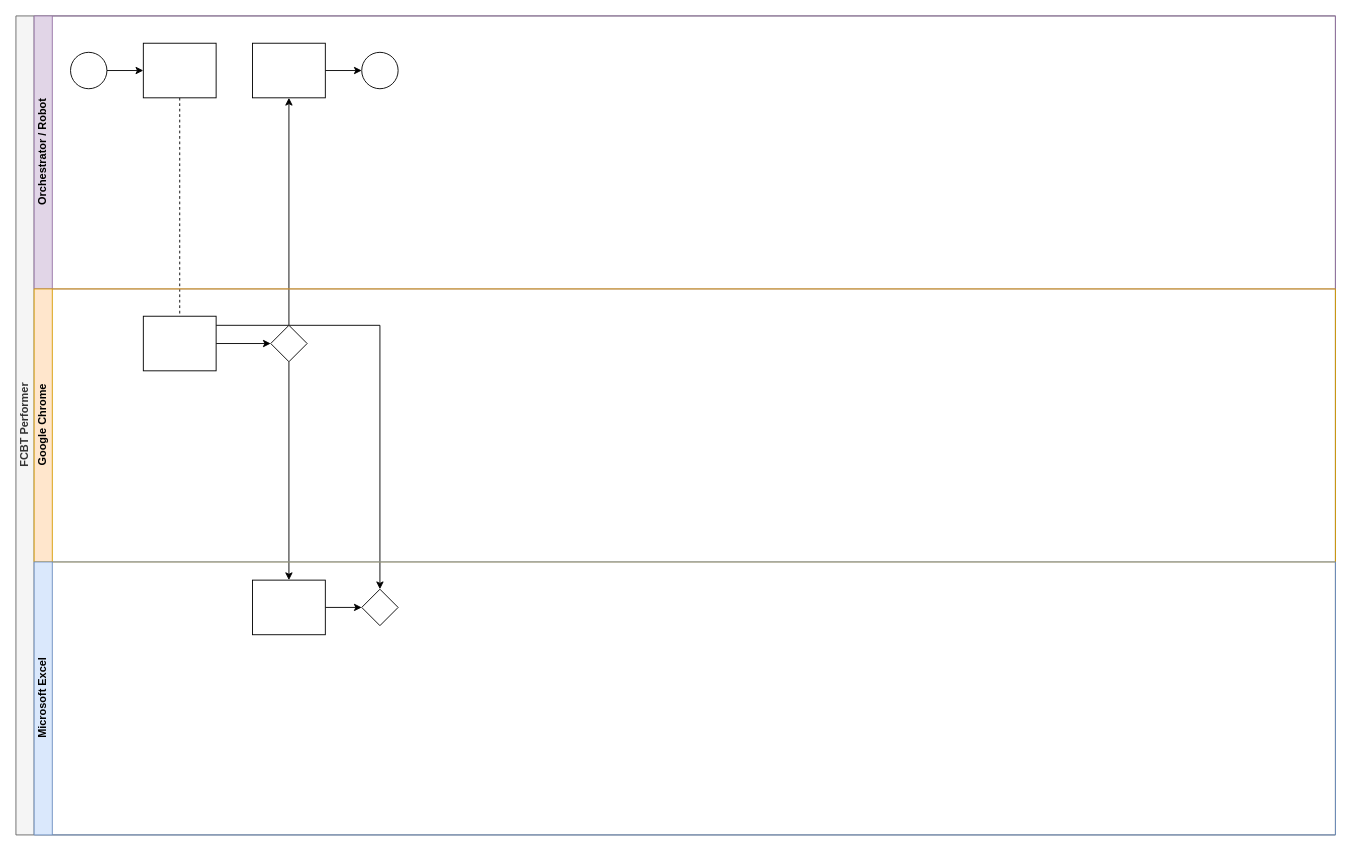
Above: FCBT Performer SDD.drawio in mattuptonFCTG/diagrams (draw.io), before the change. Source tidied: cells renumbered, new cells numbered last; positions are measured from the earlier drawing's top-left corner, leaving out a move shared by most shapes. Both pictures are drawn from the tidied source at 91%, with x=0, y=0 at pixel (15, 15).
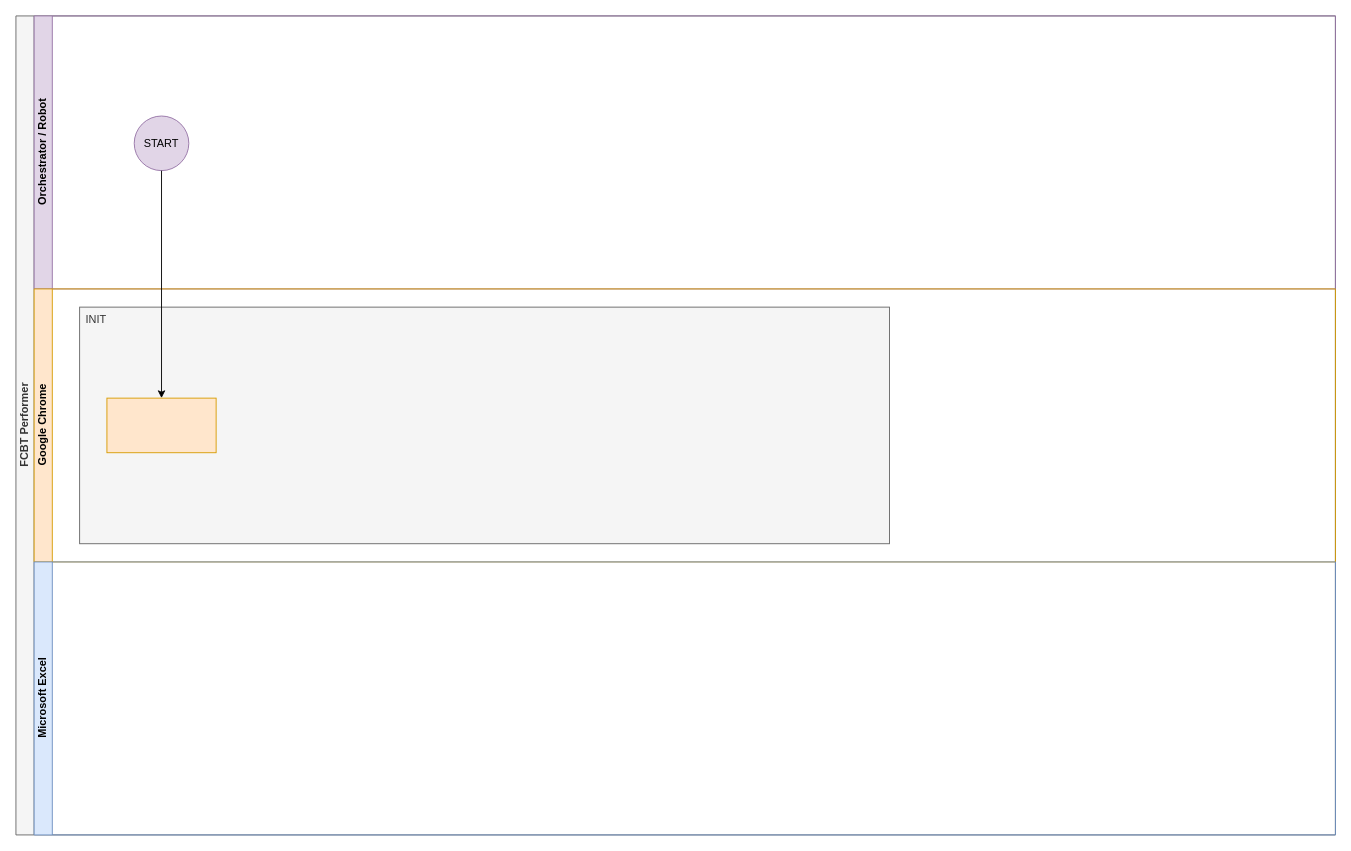
The same diagram, later.

The change refers to these unchanged cells:
```xml
<mxCell id="2" value="FCBT Performer" style="swimlane;html=1;horizontal=0;startSize=20;fillColor=#f5f5f5;strokeColor=#666666;fontColor=#333333;" parent="1" vertex="1">
  <mxGeometry width="1450" height="900" as="geometry" />
</mxCell>
<mxCell id="7" value="Orchestrator / Robot" style="swimlane;html=1;startSize=20;horizontal=0;fillColor=#e1d5e7;strokeColor=#9673a6;" parent="2" vertex="1">
  <mxGeometry x="20" width="1430" height="300" as="geometry" />
</mxCell>
<mxCell id="14" value="Google Chrome" style="swimlane;html=1;startSize=20;horizontal=0;fillColor=#ffe6cc;strokeColor=#d79b00;" parent="2" vertex="1">
  <mxGeometry x="20" y="300" width="1430" height="300" as="geometry" />
</mxCell>
<mxCell id="18" value="Microsoft Excel" style="swimlane;html=1;startSize=20;horizontal=0;fillColor=#dae8fc;strokeColor=#6c8ebf;" parent="2" vertex="1">
  <mxGeometry x="20" y="600" width="1430" height="300" as="geometry" />
</mxCell>
```

The edit, as a diff of the source:
```diff
@@
-    <mxCell id="3" style="edgeStyle=orthogonalEdgeStyle;rounded=0;jettySize=auto;html=1;dashed=1;endArrow=none;endFill=0;" parent="2" edge="1" source="10" target="16">
-      <mxGeometry relative="1" as="geometry" />
-    </mxCell>
-    <mxCell id="4" style="edgeStyle=orthogonalEdgeStyle;rounded=0;jettySize=auto;html=1;endArrow=classic;endFill=1;" parent="2" edge="1" source="17" target="12">
-      <mxGeometry relative="1" as="geometry" />
-    </mxCell>
-    <mxCell id="5" style="edgeStyle=orthogonalEdgeStyle;rounded=0;jettySize=auto;html=1;endArrow=classic;endFill=1;" parent="2" edge="1" source="17" target="20">
-      <mxGeometry relative="1" as="geometry" />
-    </mxCell>
-    <mxCell id="6" style="edgeStyle=orthogonalEdgeStyle;rounded=0;jettySize=auto;html=1;endArrow=classic;endFill=1;" parent="2" edge="1" source="16" target="21">
-      <mxGeometry relative="1" as="geometry">
-        <Array as="points">
-          <mxPoint x="180" y="340" />
-          <mxPoint x="400" y="340" />
-        </Array>
-      </mxGeometry>
-    </mxCell>
@@
-    <mxCell id="8" style="edgeStyle=orthogonalEdgeStyle;rounded=0;jettySize=auto;html=1;" parent="7" edge="1" source="9" target="10">
-      <mxGeometry relative="1" as="geometry" />
-    </mxCell>
-    <mxCell id="9" style="ellipse;whiteSpace=wrap;html=1;" parent="7" vertex="1">
-      <mxGeometry x="40" y="40" width="40" height="40" as="geometry" />
-    </mxCell>
-    <mxCell id="10" style="rounded=0;whiteSpace=wrap;html=1;fontFamily=Helvetica;fontSize=12;fontColor=#000000;align=center;" parent="7" vertex="1">
-      <mxGeometry x="120" y="30" width="80" height="60" as="geometry" />
-    </mxCell>
-    <mxCell id="11" style="edgeStyle=orthogonalEdgeStyle;rounded=0;jettySize=auto;html=1;endArrow=classic;endFill=1;" parent="7" edge="1" source="12" target="13">
-      <mxGeometry relative="1" as="geometry" />
-    </mxCell>
-    <mxCell id="12" style="rounded=0;whiteSpace=wrap;html=1;fontFamily=Helvetica;fontSize=12;fontColor=#000000;align=center;" parent="7" vertex="1">
-      <mxGeometry x="240" y="30" width="80" height="60" as="geometry" />
-    </mxCell>
-    <mxCell id="13" style="ellipse;whiteSpace=wrap;html=1;" parent="7" vertex="1">
-      <mxGeometry x="360" y="40" width="40" height="40" as="geometry" />
-    </mxCell>
+    <mxCell id="22" value="START" style="ellipse;whiteSpace=wrap;html=1;fillColor=#e1d5e7;strokeColor=#9673a6;" parent="7" vertex="1">
+      <mxGeometry x="110" y="110" width="60" height="60" as="geometry" />
+    </mxCell>
@@
-    <mxCell id="15" style="edgeStyle=orthogonalEdgeStyle;rounded=0;jettySize=auto;html=1;endArrow=classic;endFill=1;" parent="14" edge="1" source="16" target="17">
-      <mxGeometry relative="1" as="geometry" />
-    </mxCell>
-    <mxCell id="16" style="rounded=0;whiteSpace=wrap;html=1;fontFamily=Helvetica;fontSize=12;fontColor=#000000;align=center;" parent="14" vertex="1">
-      <mxGeometry x="120" y="30" width="80" height="60" as="geometry" />
-    </mxCell>
-    <mxCell id="17" style="rhombus;whiteSpace=wrap;html=1;fontFamily=Helvetica;fontSize=12;fontColor=#000000;align=center;" parent="14" vertex="1">
-      <mxGeometry x="260" y="40" width="40" height="40" as="geometry" />
-    </mxCell>
+    <mxCell id="23" value="INIT" style="rounded=0;whiteSpace=wrap;html=1;fillColor=#f5f5f5;fontColor=#333333;strokeColor=#666666;align=left;verticalAlign=top;labelPosition=center;verticalLabelPosition=middle;spacingLeft=5;" parent="14" vertex="1">
+      <mxGeometry x="50" y="20" width="890" height="260" as="geometry" />
+    </mxCell>
+    <mxCell id="24" style="whiteSpace=wrap;html=1;fillColor=#ffe6cc;strokeColor=#d79b00;" parent="14" vertex="1">
+      <mxGeometry x="80" y="120" width="120" height="60" as="geometry" />
+    </mxCell>
@@
-    <mxCell id="19" style="edgeStyle=orthogonalEdgeStyle;rounded=0;jettySize=auto;html=1;endArrow=classic;endFill=1;" parent="18" edge="1" source="20" target="21">
-      <mxGeometry relative="1" as="geometry" />
-    </mxCell>
-    <mxCell id="20" style="rounded=0;whiteSpace=wrap;html=1;fontFamily=Helvetica;fontSize=12;fontColor=#000000;align=center;" parent="18" vertex="1">
-      <mxGeometry x="240" y="20" width="80" height="60" as="geometry" />
-    </mxCell>
-    <mxCell id="21" style="rhombus;whiteSpace=wrap;html=1;fontFamily=Helvetica;fontSize=12;fontColor=#000000;align=center;" parent="18" vertex="1">
-      <mxGeometry x="360" y="30" width="40" height="40" as="geometry" />
-    </mxCell>
+    <mxCell id="25" style="edgeStyle=orthogonalEdgeStyle;rounded=0;jettySize=auto;html=1;" parent="2" edge="1" source="22" target="24">
+      <mxGeometry relative="1" as="geometry" />
+    </mxCell>
```
